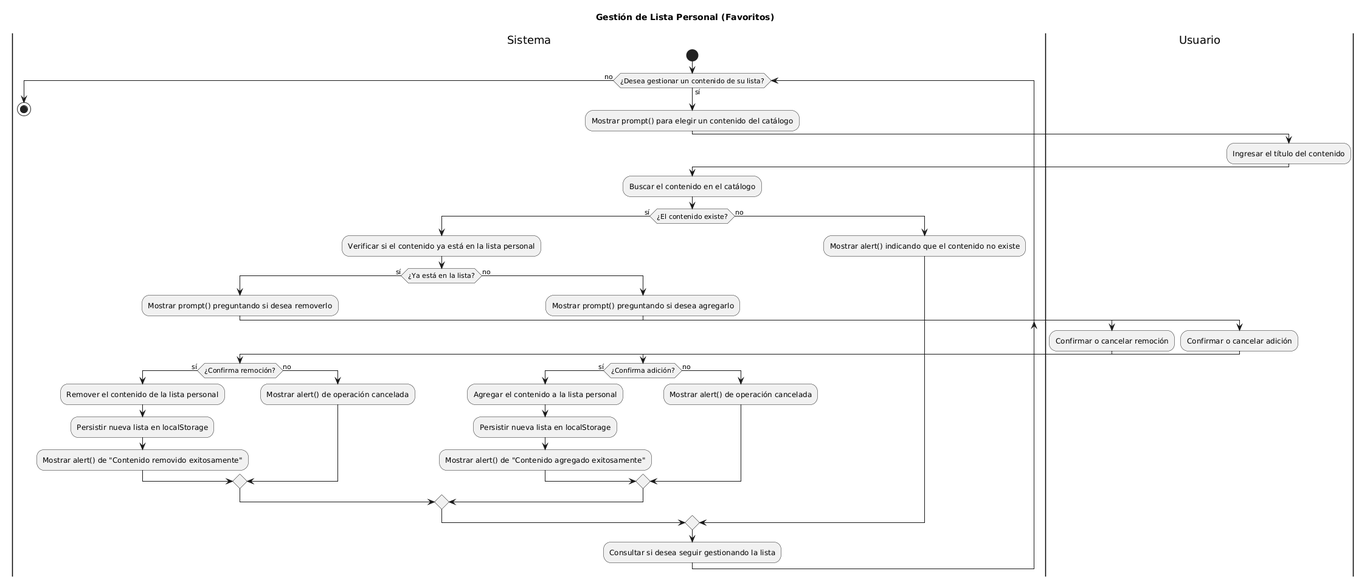
keviineze/proyecto-web-peliculas keeps this PlantUML diagram as docs/05-diagramas/01-diagrama-de-actividades/actividad-flujo-2-gestion.png. Above is the earlier version.
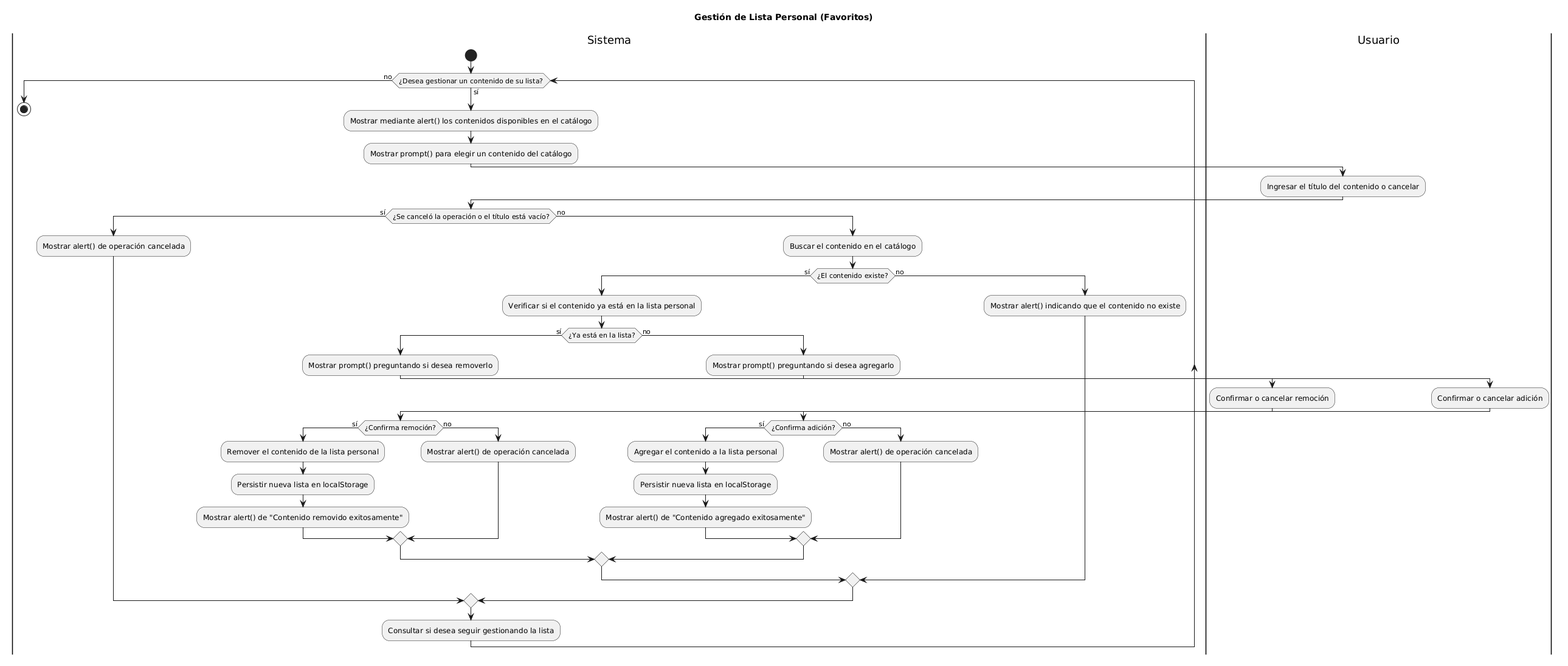
The same diagram one commit later.

Change to the diagram source:
```diff
@@ -4,40 +4,45 @@
 |Sistema|
 start
 while (¿Desea gestionar un contenido de su lista?) is (sí)
+  :Mostrar mediante alert() los contenidos disponibles en el catálogo;
   :Mostrar prompt() para elegir un contenido del catálogo;
   |Usuario|
-  :Ingresar el título del contenido;
+  :Ingresar el título del contenido o cancelar;
   |Sistema|
-  :Buscar el contenido en el catálogo;
-  if (¿El contenido existe?) then (sí)
-    :Verificar si el contenido ya está en la lista personal;
-    if (¿Ya está en la lista?) then (sí)
-      :Mostrar prompt() preguntando si desea removerlo;
-      |Usuario|
-      :Confirmar o cancelar remoción;
-      |Sistema|
-      if (¿Confirma remoción?) then (sí)
-        :Remover el contenido de la lista personal;
-        :Persistir nueva lista en localStorage;
-        :Mostrar alert() de "Contenido removido exitosamente";
+  if (¿Se canceló la operación o el título está vacío?) then (sí)
+    :Mostrar alert() de operación cancelada;
+  else (no)
+    :Buscar el contenido en el catálogo;
+    if (¿El contenido existe?) then (sí)
+      :Verificar si el contenido ya está en la lista personal;
+      if (¿Ya está en la lista?) then (sí)
+        :Mostrar prompt() preguntando si desea removerlo;
+        |Usuario|
+        :Confirmar o cancelar remoción;
+        |Sistema|
+        if (¿Confirma remoción?) then (sí)
+          :Remover el contenido de la lista personal;
+          :Persistir nueva lista en localStorage;
+          :Mostrar alert() de "Contenido removido exitosamente";
+        else (no)
+          :Mostrar alert() de operación cancelada;
+        endif
       else (no)
-        :Mostrar alert() de operación cancelada;
+        :Mostrar prompt() preguntando si desea agregarlo;
+        |Usuario|
+        :Confirmar o cancelar adición;
+        |Sistema|
+        if (¿Confirma adición?) then (sí)
+          :Agregar el contenido a la lista personal;
+          :Persistir nueva lista en localStorage;
+          :Mostrar alert() de "Contenido agregado exitosamente";
+        else (no)
+          :Mostrar alert() de operación cancelada;
+        endif
       endif
     else (no)
-      :Mostrar prompt() preguntando si desea agregarlo;
-      |Usuario|
-      :Confirmar o cancelar adición;
-      |Sistema|
-      if (¿Confirma adición?) then (sí)
-        :Agregar el contenido a la lista personal;
-        :Persistir nueva lista en localStorage;
-        :Mostrar alert() de "Contenido agregado exitosamente";
-      else (no)
-        :Mostrar alert() de operación cancelada;
-      endif
+      :Mostrar alert() indicando que el contenido no existe;
     endif
-  else (no)
-    :Mostrar alert() indicando que el contenido no existe;
   endif
   :Consultar si desea seguir gestionando la lista;
 endwhile (no)
```
